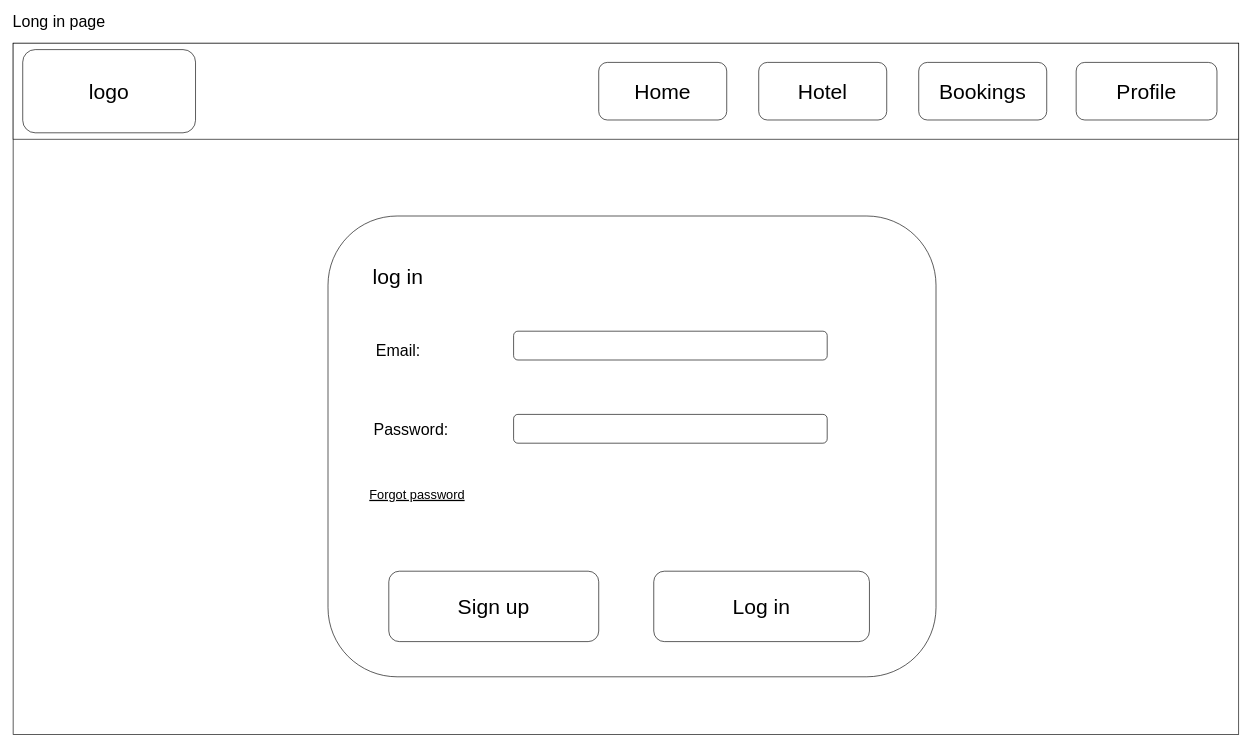
Before: page "Log In Page" (3 of 8) of Task_1/Untitled Diagram.drawio in VladislavPrisacaru/mock-zoo, a draw.io diagram. Source tidied: cells renumbered, new cells numbered last; positions are measured from the earlier drawing's top-left corner, leaving out a move shared by most shapes. Both pictures are drawn from the tidied source at 64%, with x=0, y=0 at pixel (11, 11).
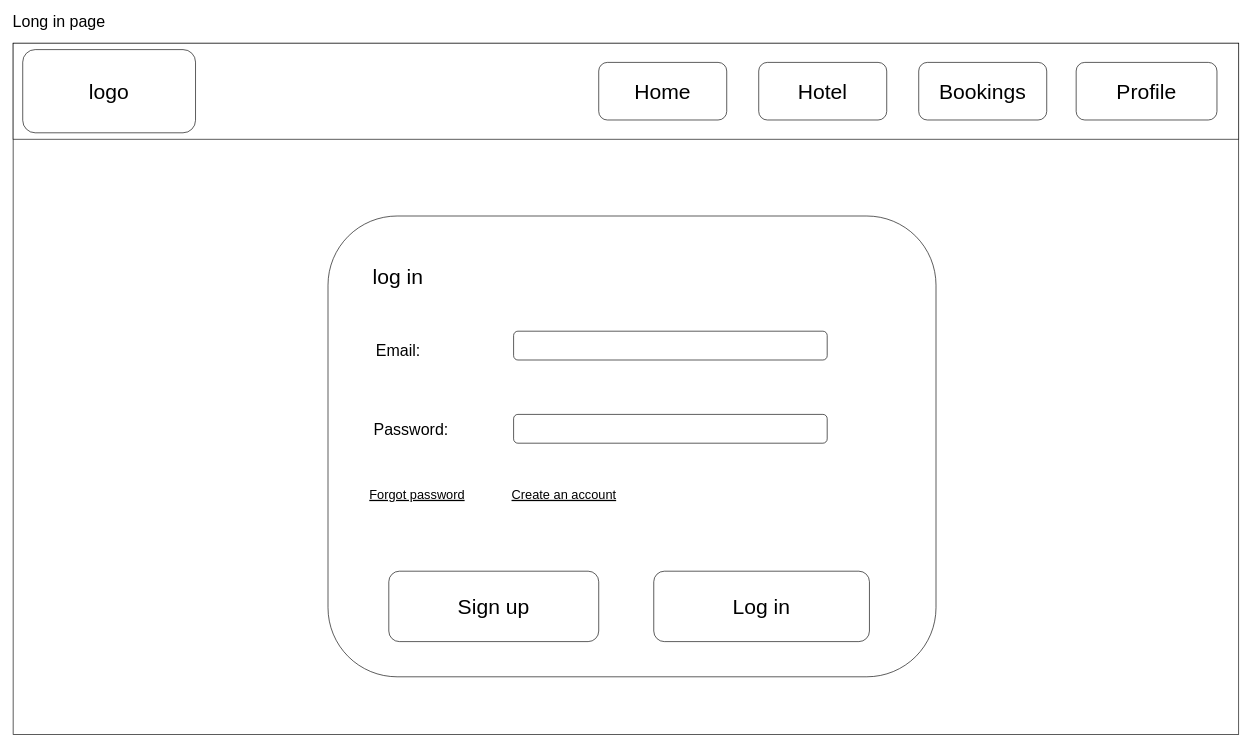
The same diagram, later.

Change to the diagram source:
```diff
@@
 <mxGraphModel>
   <root>
     <mxCell id="0" />
     <mxCell id="1" parent="0" />
     <mxCell id="2" style="rounded=0;whiteSpace=wrap;html=1;" parent="1" vertex="1">
       <mxGeometry x="3" y="50" width="1915" height="1080" as="geometry" />
     </mxCell>
     <mxCell id="3" style="rounded=0;whiteSpace=wrap;html=1;" parent="1" vertex="1">
       <mxGeometry x="3" y="50" width="1915" height="150" as="geometry" />
     </mxCell>
     <mxCell id="4" value="&lt;font style=&quot;font-size: 33px;&quot;&gt;Bookings&lt;/font&gt;" style="rounded=1;whiteSpace=wrap;html=1;" parent="1" vertex="1">
       <mxGeometry x="1418" y="80" width="200" height="90" as="geometry" />
     </mxCell>
     <mxCell id="5" value="&lt;font style=&quot;font-size: 33px;&quot;&gt;Hotel&lt;/font&gt;" style="rounded=1;whiteSpace=wrap;html=1;" parent="1" vertex="1">
       <mxGeometry x="1168" y="80" width="200" height="90" as="geometry" />
     </mxCell>
     <mxCell id="6" value="&lt;font style=&quot;font-size: 33px;&quot;&gt;Home&lt;/font&gt;" style="rounded=1;whiteSpace=wrap;html=1;" parent="1" vertex="1">
       <mxGeometry x="918" y="80" width="200" height="90" as="geometry" />
     </mxCell>
     <mxCell id="7" value="&lt;font style=&quot;font-size: 33px;&quot;&gt;logo&lt;/font&gt;" style="rounded=1;whiteSpace=wrap;html=1;" parent="1" vertex="1">
       <mxGeometry x="18" y="60" width="270" height="130" as="geometry" />
     </mxCell>
     <mxCell id="8" value="&lt;font style=&quot;font-size: 25px;&quot;&gt;Long in page&lt;/font&gt;" style="text;html=1;whiteSpace=wrap;strokeColor=none;fillColor=none;align=center;verticalAlign=middle;rounded=0;fontSize=16;" parent="1" vertex="1">
       <mxGeometry width="150" height="30" as="geometry" />
     </mxCell>
     <mxCell id="9" style="rounded=1;whiteSpace=wrap;html=1;" parent="1" vertex="1">
       <mxGeometry x="495" y="320" width="950" height="720" as="geometry" />
     </mxCell>
     <mxCell id="10" value="&lt;font style=&quot;font-size: 33px;&quot;&gt;log in&lt;/font&gt;" style="text;html=1;whiteSpace=wrap;strokeColor=none;fillColor=none;align=center;verticalAlign=middle;rounded=0;" parent="1" vertex="1">
       <mxGeometry x="555" y="400" width="99" height="30" as="geometry" />
     </mxCell>
     <mxCell id="11" style="rounded=1;whiteSpace=wrap;html=1;" parent="1" vertex="1">
       <mxGeometry x="785" y="500" width="490" height="45" as="geometry" />
     </mxCell>
     <mxCell id="12" value="&lt;font style=&quot;font-size: 25px;&quot;&gt;Password:&lt;/font&gt;" style="text;html=1;whiteSpace=wrap;strokeColor=none;fillColor=none;align=center;verticalAlign=middle;rounded=0;fontSize=16;" parent="1" vertex="1">
       <mxGeometry x="565" y="637.5" width="120" height="30" as="geometry" />
     </mxCell>
     <mxCell id="13" style="rounded=1;whiteSpace=wrap;html=1;" parent="1" vertex="1">
       <mxGeometry x="785" y="630" width="490" height="45" as="geometry" />
     </mxCell>
     <mxCell id="14" value="&lt;font style=&quot;font-size: 33px;&quot;&gt;Log in&lt;/font&gt;" style="rounded=1;whiteSpace=wrap;html=1;" parent="1" vertex="1">
       <mxGeometry x="1004" y="875" width="337" height="110" as="geometry" />
     </mxCell>
     <mxCell id="15" value="&lt;font style=&quot;font-size: 20px;&quot;&gt;&lt;u&gt;Forgot password&lt;/u&gt;&lt;/font&gt;" style="text;html=1;whiteSpace=wrap;strokeColor=none;fillColor=none;align=center;verticalAlign=middle;rounded=0;" parent="1" vertex="1">
       <mxGeometry x="555" y="740" width="159" height="30" as="geometry" />
     </mxCell>
     <mxCell id="16" value="&lt;font style=&quot;font-size: 33px;&quot;&gt;Sign up&lt;/font&gt;" style="rounded=1;whiteSpace=wrap;html=1;" parent="1" vertex="1">
       <mxGeometry x="590" y="875" width="328" height="110" as="geometry" />
     </mxCell>
     <mxCell id="17" value="&lt;span style=&quot;font-size: 25px;&quot;&gt;Email:&lt;/span&gt;" style="text;html=1;whiteSpace=wrap;strokeColor=none;fillColor=none;align=center;verticalAlign=middle;rounded=0;fontSize=16;" parent="1" vertex="1">
       <mxGeometry x="569.5" y="515" width="70" height="30" as="geometry" />
     </mxCell>
     <mxCell id="18" value="&lt;font style=&quot;font-size: 33px;&quot;&gt;Profile&lt;/font&gt;" style="rounded=1;whiteSpace=wrap;html=1;" parent="1" vertex="1">
       <mxGeometry x="1664" y="80" width="220" height="90" as="geometry" />
     </mxCell>
+    <mxCell id="19" value="&lt;font style=&quot;font-size: 20px;&quot;&gt;&lt;u&gt;Create an account&lt;/u&gt;&lt;/font&gt;" style="text;html=1;whiteSpace=wrap;strokeColor=none;fillColor=none;align=center;verticalAlign=middle;rounded=0;" parent="1" vertex="1">
+      <mxGeometry x="774" y="740" width="180" height="30" as="geometry" />
+    </mxCell>
   </root>
 </mxGraphModel>
```
